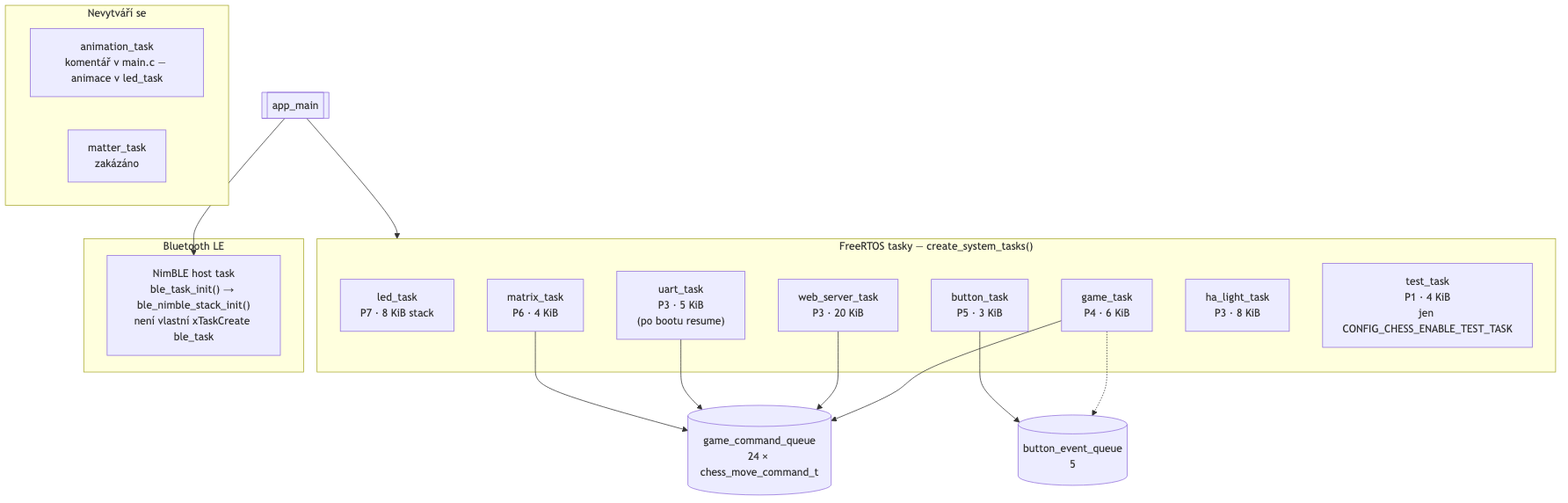
This is docs/diagrams/tasks_architecture.png from AlfredKrutina/chess_esp32_c6_devkit, a Mermaid export, as it was before one commit. Its source is kept beside it as docs/diagrams/sources/tasks_architecture.mmd.
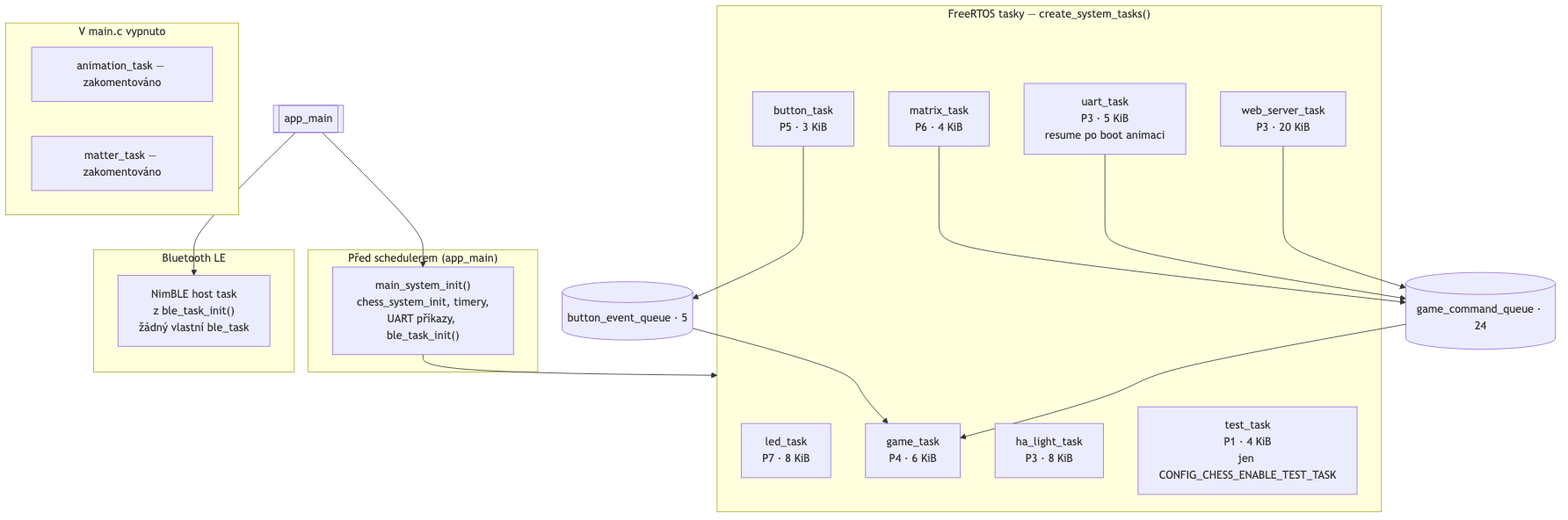
The same diagram one commit later.

Diff of the diagram source:
```diff
@@ -1,9 +1,13 @@
 flowchart TB
+  subgraph Init["Před schedulerem (app_main)"]
+    SYS["main_system_init()<br/>chess_system_init, timery,<br/>UART příkazy, ble_task_init()"]
+  end
+
   subgraph Tasks["FreeRTOS tasky — create_system_tasks()"]
-    LED["led_task<br/>P7 · 8 KiB stack"]
+    LED["led_task<br/>P7 · 8 KiB"]
     MAT["matrix_task<br/>P6 · 4 KiB"]
     BTN["button_task<br/>P5 · 3 KiB"]
-    UART["uart_task<br/>P3 · 5 KiB<br/>(po bootu resume)"]
+    UART["uart_task<br/>P3 · 5 KiB<br/>resume po boot animaci"]
     GAME["game_task<br/>P4 · 6 KiB"]
     WEB["web_server_task<br/>P3 · 20 KiB"]
     HA["ha_light_task<br/>P3 · 8 KiB"]
@@ -11,22 +15,23 @@
   end
 
   subgraph BLE["Bluetooth LE"]
-    NIM["NimBLE host task<br/>ble_task_init() → ble_nimble_stack_init()<br/>není vlastní xTaskCreate ble_task"]
+    NIM["NimBLE host task<br/>z ble_task_init()<br/>žádný vlastní ble_task"]
   end
 
-  subgraph Disabled["Nevytváří se"]
-    ANIM["animation_task<br/>komentář v main.c — animace v led_task"]
-    MATTER["matter_task<br/>zakázáno"]
+  subgraph Disabled["V main.c vypnuto"]
+    ANIM["animation_task — zakomentováno"]
+    MATTER["matter_task — zakomentováno"]
   end
 
-  MAIN[["app_main"]] --> Tasks
+  MAIN[["app_main"]] --> SYS
+  SYS --> Tasks
   MAIN --> NIM
 
-  GQ[("game_command_queue<br/>24 × chess_move_command_t")]
-  BQ[("button_event_queue<br/>5")]
+  GQ[("game_command_queue · 24")]
+  BQ[("button_event_queue · 5")]
   MAT --> GQ
   BTN --> BQ
   UART --> GQ
   WEB --> GQ
-  GAME --> GQ
-  GAME -.-> BQ
+  BQ --> GAME
+  GQ --> GAME
```
